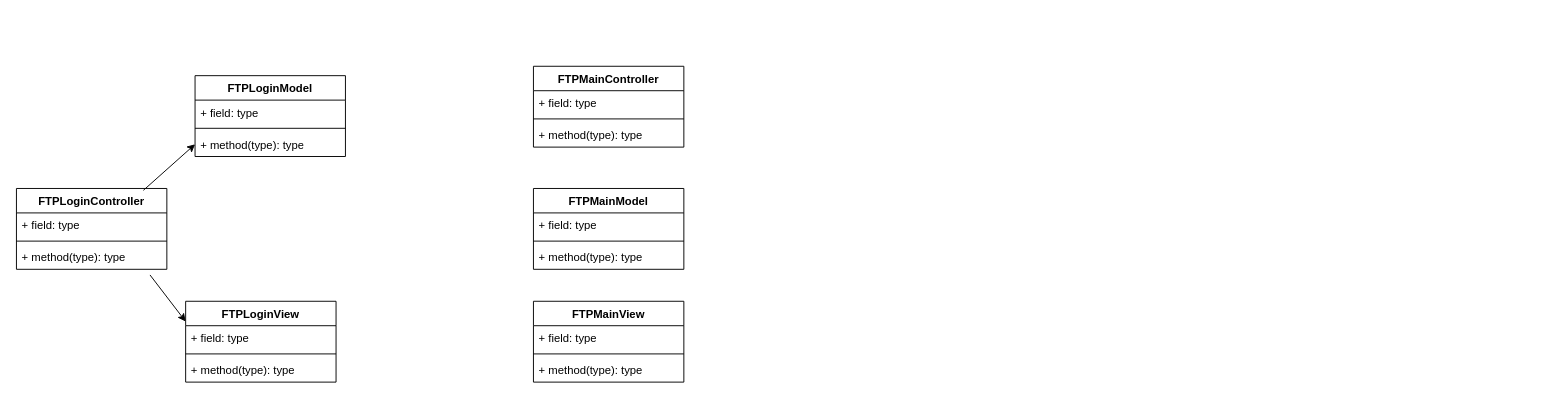
Before: page "Sơ đồ lớp tổng thể" (2 of 3) of TL.drawio in KhanhNguyen9872/ftp-simulation-java, a draw.io diagram. Source tidied: cells renumbered, new cells numbered last; positions are measured from the earlier drawing's top-left corner, leaving out a move shared by most shapes. Both pictures are drawn from the tidied source at 94%, with x=0, y=0 at pixel (16, 66).
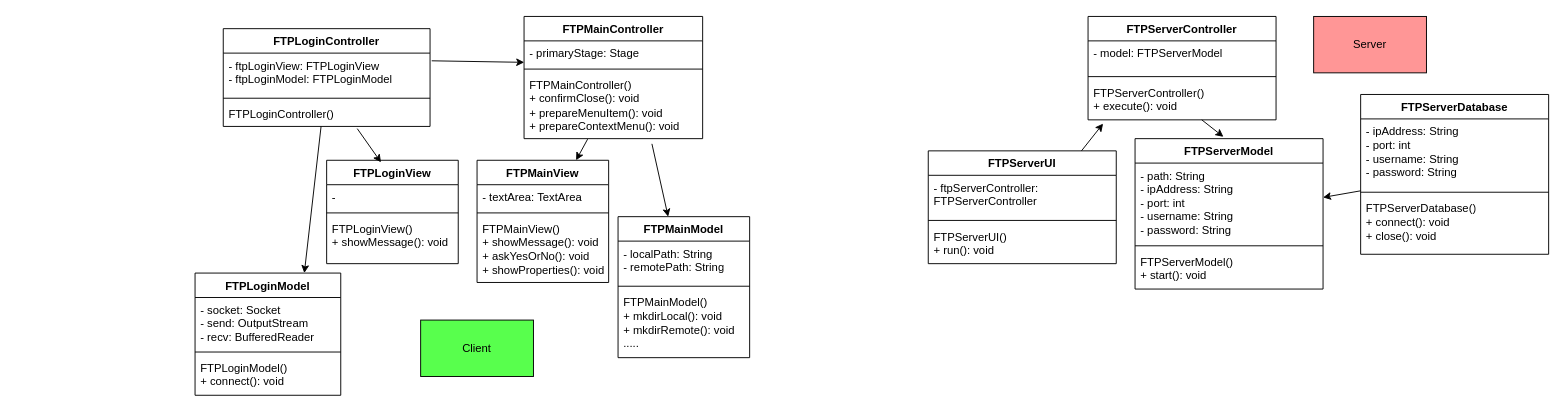
After the change.

What changed in the source:
```diff
@@
     <mxCell id="2" value="FTPLoginController" style="swimlane;fontStyle=1;align=center;verticalAlign=top;horizontal=1;startSize=26;whiteSpace=wrap;html=1;" parent="1" vertex="1">
-      <mxGeometry y="130" width="160" height="86" as="geometry" />
+      <mxGeometry x="220" y="-40" width="220" height="104" as="geometry" />
     </mxCell>
-    <mxCell id="3" value="+ field: type" style="text;strokeColor=none;fillColor=none;align=left;verticalAlign=top;spacingLeft=4;spacingRight=4;overflow=hidden;points=[[0,0.5],[1,0.5]];portConstraint=eastwest;whiteSpace=wrap;html=1;" parent="2" vertex="1">
-      <mxGeometry y="26" width="160" height="26" as="geometry" />
+    <mxCell id="3" value="- ftpLoginView: FTPLoginView&lt;br&gt;- ftpLoginModel: FTPLoginModel" style="text;strokeColor=none;fillColor=none;align=left;verticalAlign=top;spacingLeft=4;spacingRight=4;overflow=hidden;points=[[0,0.5],[1,0.5]];portConstraint=eastwest;whiteSpace=wrap;html=1;" parent="2" vertex="1">
+      <mxGeometry y="26" width="220" height="44" as="geometry" />
     </mxCell>
     <mxCell id="4" style="line;strokeWidth=1;fillColor=none;align=left;verticalAlign=middle;spacingTop=-1;spacingLeft=3;spacingRight=3;labelPosition=right;strokeColor=inherit;" parent="2" vertex="1">
-      <mxGeometry y="52" width="160" height="8" as="geometry" />
+      <mxGeometry y="70" width="220" height="8" as="geometry" />
     </mxCell>
-    <mxCell id="5" value="+ method(type): type" style="text;strokeColor=none;fillColor=none;align=left;verticalAlign=top;spacingLeft=4;spacingRight=4;overflow=hidden;points=[[0,0.5],[1,0.5]];portConstraint=eastwest;whiteSpace=wrap;html=1;" parent="2" vertex="1">
-      <mxGeometry y="60" width="160" height="26" as="geometry" />
+    <mxCell id="5" value="FTPLoginController()" style="text;strokeColor=none;fillColor=none;align=left;verticalAlign=top;spacingLeft=4;spacingRight=4;overflow=hidden;points=[[0,0.5],[1,0.5]];portConstraint=eastwest;whiteSpace=wrap;html=1;" parent="2" vertex="1">
+      <mxGeometry y="78" width="220" height="26" as="geometry" />
     </mxCell>
     <mxCell id="6" value="FTPLoginModel&lt;br&gt;" style="swimlane;fontStyle=1;align=center;verticalAlign=top;horizontal=1;startSize=26;whiteSpace=wrap;html=1;" parent="1" vertex="1">
-      <mxGeometry x="190" y="10" width="160" height="86" as="geometry" />
+      <mxGeometry x="190" y="220" width="155" height="130" as="geometry" />
     </mxCell>
-    <mxCell id="7" value="+ field: type" style="text;strokeColor=none;fillColor=none;align=left;verticalAlign=top;spacingLeft=4;spacingRight=4;overflow=hidden;whiteSpace=wrap;html=1;" parent="6" vertex="1">
-      <mxGeometry y="26" width="160" height="26" as="geometry" />
+    <mxCell id="7" value="- socket: Socket&lt;br&gt;- send: OutputStream&lt;br&gt;- recv: BufferedReader" style="text;strokeColor=none;fillColor=none;align=left;verticalAlign=top;spacingLeft=4;spacingRight=4;overflow=hidden;whiteSpace=wrap;html=1;" parent="6" vertex="1">
+      <mxGeometry y="26" width="155" height="54" as="geometry" />
     </mxCell>
     <mxCell id="8" style="line;strokeWidth=1;fillColor=none;align=left;verticalAlign=middle;spacingTop=-1;spacingLeft=3;spacingRight=3;labelPosition=right;strokeColor=inherit;" parent="6" vertex="1">
-      <mxGeometry y="52" width="160" height="8" as="geometry" />
+      <mxGeometry y="80" width="155" height="8" as="geometry" />
     </mxCell>
-    <mxCell id="9" value="+ method(type): type" style="text;strokeColor=none;fillColor=none;align=left;verticalAlign=top;spacingLeft=4;spacingRight=4;overflow=hidden;points=[[0,0.5],[1,0.5]];portConstraint=eastwest;whiteSpace=wrap;html=1;" parent="6" vertex="1">
-      <mxGeometry y="60" width="160" height="26" as="geometry" />
+    <mxCell id="9" value="FTPLoginModel()&lt;br&gt;+ connect(): void" style="text;strokeColor=none;fillColor=none;align=left;verticalAlign=top;spacingLeft=4;spacingRight=4;overflow=hidden;points=[[0,0.5],[1,0.5]];portConstraint=eastwest;whiteSpace=wrap;html=1;" parent="6" vertex="1">
+      <mxGeometry y="88" width="155" height="42" as="geometry" />
     </mxCell>
     <mxCell id="10" value="FTPLoginView" style="swimlane;fontStyle=1;align=center;verticalAlign=top;horizontal=1;startSize=26;whiteSpace=wrap;html=1;" parent="1" vertex="1">
-      <mxGeometry x="180" y="250" width="160" height="86" as="geometry" />
+      <mxGeometry x="330" y="100" width="140" height="110" as="geometry" />
     </mxCell>
-    <mxCell id="11" value="+ field: type" style="text;strokeColor=none;fillColor=none;align=left;verticalAlign=top;spacingLeft=4;spacingRight=4;overflow=hidden;whiteSpace=wrap;html=1;" parent="10" vertex="1">
-      <mxGeometry y="26" width="160" height="26" as="geometry" />
+    <mxCell id="11" value="-" style="text;strokeColor=none;fillColor=none;align=left;verticalAlign=top;spacingLeft=4;spacingRight=4;overflow=hidden;whiteSpace=wrap;html=1;" parent="10" vertex="1">
+      <mxGeometry y="26" width="140" height="26" as="geometry" />
     </mxCell>
     <mxCell id="12" style="line;strokeWidth=1;fillColor=none;align=left;verticalAlign=middle;spacingTop=-1;spacingLeft=3;spacingRight=3;labelPosition=right;strokeColor=inherit;" parent="10" vertex="1">
-      <mxGeometry y="52" width="160" height="8" as="geometry" />
+      <mxGeometry y="52" width="140" height="8" as="geometry" />
     </mxCell>
-    <mxCell id="13" value="+ method(type): type" style="text;strokeColor=none;fillColor=none;align=left;verticalAlign=top;spacingLeft=4;spacingRight=4;overflow=hidden;whiteSpace=wrap;html=1;" parent="10" vertex="1">
-      <mxGeometry y="60" width="160" height="26" as="geometry" />
+    <mxCell id="13" value="FTPLoginView()&lt;br&gt;+ showMessage(): void" style="text;strokeColor=none;fillColor=none;align=left;verticalAlign=top;spacingLeft=4;spacingRight=4;overflow=hidden;whiteSpace=wrap;html=1;" parent="10" vertex="1">
+      <mxGeometry y="60" width="140" height="50" as="geometry" />
     </mxCell>
     <mxCell id="14" value="FTPMainController" style="swimlane;fontStyle=1;align=center;verticalAlign=top;horizontal=1;startSize=26;whiteSpace=wrap;html=1;" parent="1" vertex="1">
-      <mxGeometry x="550" width="160" height="86" as="geometry" />
+      <mxGeometry x="540" y="-53" width="190" height="130" as="geometry" />
     </mxCell>
-    <mxCell id="15" value="+ field: type" style="text;strokeColor=none;fillColor=none;align=left;verticalAlign=top;spacingLeft=4;spacingRight=4;overflow=hidden;points=[[0,0.5],[1,0.5]];portConstraint=eastwest;whiteSpace=wrap;html=1;" parent="14" vertex="1">
-      <mxGeometry y="26" width="160" height="26" as="geometry" />
+    <mxCell id="15" value="- primaryStage: Stage" style="text;strokeColor=none;fillColor=none;align=left;verticalAlign=top;spacingLeft=4;spacingRight=4;overflow=hidden;points=[[0,0.5],[1,0.5]];portConstraint=eastwest;whiteSpace=wrap;html=1;" parent="14" vertex="1">
+      <mxGeometry y="26" width="190" height="26" as="geometry" />
     </mxCell>
     <mxCell id="16" style="line;strokeWidth=1;fillColor=none;align=left;verticalAlign=middle;spacingTop=-1;spacingLeft=3;spacingRight=3;labelPosition=right;strokeColor=inherit;" parent="14" vertex="1">
-      <mxGeometry y="52" width="160" height="8" as="geometry" />
+      <mxGeometry y="52" width="190" height="8" as="geometry" />
     </mxCell>
-    <mxCell id="17" value="+ method(type): type" style="text;strokeColor=none;fillColor=none;align=left;verticalAlign=top;spacingLeft=4;spacingRight=4;overflow=hidden;points=[[0,0.5],[1,0.5]];portConstraint=eastwest;whiteSpace=wrap;html=1;" parent="14" vertex="1">
-      <mxGeometry y="60" width="160" height="26" as="geometry" />
+    <mxCell id="17" value="FTPMainController()&lt;br&gt;+ confirmClose(): void&lt;br&gt;+ prepareMenuItem(): void&lt;br&gt;+ prepareContextMenu(): void" style="text;strokeColor=none;fillColor=none;align=left;verticalAlign=top;spacingLeft=4;spacingRight=4;overflow=hidden;points=[[0,0.5],[1,0.5]];portConstraint=eastwest;whiteSpace=wrap;html=1;" parent="14" vertex="1">
+      <mxGeometry y="60" width="190" height="70" as="geometry" />
     </mxCell>
     <mxCell id="18" value="FTPMainModel" style="swimlane;fontStyle=1;align=center;verticalAlign=top;horizontal=1;startSize=26;whiteSpace=wrap;html=1;" parent="1" vertex="1">
-      <mxGeometry x="550" y="130" width="160" height="86" as="geometry" />
+      <mxGeometry x="640" y="160" width="140" height="150" as="geometry" />
     </mxCell>
-    <mxCell id="19" value="+ field: type" style="text;strokeColor=none;fillColor=none;align=left;verticalAlign=top;spacingLeft=4;spacingRight=4;overflow=hidden;whiteSpace=wrap;html=1;" parent="18" vertex="1">
-      <mxGeometry y="26" width="160" height="26" as="geometry" />
+    <mxCell id="19" value="- localPath: String&lt;br&gt;- remotePath: String" style="text;strokeColor=none;fillColor=none;align=left;verticalAlign=top;spacingLeft=4;spacingRight=4;overflow=hidden;whiteSpace=wrap;html=1;" parent="18" vertex="1">
+      <mxGeometry y="26" width="140" height="44" as="geometry" />
     </mxCell>
     <mxCell id="20" style="line;strokeWidth=1;fillColor=none;align=left;verticalAlign=middle;spacingTop=-1;spacingLeft=3;spacingRight=3;labelPosition=right;strokeColor=inherit;" parent="18" vertex="1">
-      <mxGeometry y="52" width="160" height="8" as="geometry" />
+      <mxGeometry y="70" width="140" height="8" as="geometry" />
     </mxCell>
-    <mxCell id="21" value="+ method(type): type" style="text;strokeColor=none;fillColor=none;align=left;verticalAlign=top;spacingLeft=4;spacingRight=4;overflow=hidden;whiteSpace=wrap;html=1;" parent="18" vertex="1">
-      <mxGeometry y="60" width="160" height="26" as="geometry" />
+    <mxCell id="21" value="FTPMainModel()&lt;br&gt;+ mkdirLocal(): void&lt;br&gt;+ mkdirRemote(): void&lt;br&gt;....." style="text;strokeColor=none;fillColor=none;align=left;verticalAlign=top;spacingLeft=4;spacingRight=4;overflow=hidden;whiteSpace=wrap;html=1;" parent="18" vertex="1">
+      <mxGeometry y="78" width="140" height="72" as="geometry" />
     </mxCell>
     <mxCell id="22" value="FTPMainView" style="swimlane;fontStyle=1;align=center;verticalAlign=top;horizontal=1;startSize=26;whiteSpace=wrap;html=1;" parent="1" vertex="1">
-      <mxGeometry x="550" y="250" width="160" height="86" as="geometry" />
+      <mxGeometry x="490" y="100" width="140" height="130" as="geometry" />
     </mxCell>
-    <mxCell id="23" value="+ field: type" style="text;strokeColor=none;fillColor=none;align=left;verticalAlign=top;spacingLeft=4;spacingRight=4;overflow=hidden;whiteSpace=wrap;html=1;" parent="22" vertex="1">
-      <mxGeometry y="26" width="160" height="26" as="geometry" />
+    <mxCell id="23" value="- textArea: TextArea" style="text;strokeColor=none;fillColor=none;align=left;verticalAlign=top;spacingLeft=4;spacingRight=4;overflow=hidden;whiteSpace=wrap;html=1;" parent="22" vertex="1">
+      <mxGeometry y="26" width="140" height="26" as="geometry" />
     </mxCell>
     <mxCell id="24" style="line;strokeWidth=1;fillColor=none;align=left;verticalAlign=middle;spacingTop=-1;spacingLeft=3;spacingRight=3;labelPosition=right;strokeColor=inherit;" parent="22" vertex="1">
-      <mxGeometry y="52" width="160" height="8" as="geometry" />
+      <mxGeometry y="52" width="140" height="8" as="geometry" />
     </mxCell>
-    <mxCell id="25" value="+ method(type): type" style="text;strokeColor=none;fillColor=none;align=left;verticalAlign=top;spacingLeft=4;spacingRight=4;overflow=hidden;whiteSpace=wrap;html=1;" parent="22" vertex="1">
-      <mxGeometry y="60" width="160" height="26" as="geometry" />
+    <mxCell id="25" value="FTPMainView()&lt;br&gt;+ showMessage(): void&lt;br&gt;+ askYesOrNo(): void&lt;br&gt;+ showProperties(): void" style="text;strokeColor=none;fillColor=none;align=left;verticalAlign=top;spacingLeft=4;spacingRight=4;overflow=hidden;whiteSpace=wrap;html=1;" parent="22" vertex="1">
+      <mxGeometry y="60" width="140" height="70" as="geometry" />
     </mxCell>
-    <mxCell id="26" style="endArrow=classic;html=1;rounded=0;exitX=0.844;exitY=0.023;exitDx=0;exitDy=0;exitPerimeter=0;entryX=0;entryY=0.5;entryDx=0;entryDy=0;" parent="1" edge="1" source="2" target="9">
+    <mxCell id="26" style="endArrow=classic;html=1;rounded=0;entryX=0.75;entryY=0;entryDx=0;entryDy=0;" parent="1" edge="1" source="2" target="6">
       <mxGeometry relative="1" as="geometry" />
     </mxCell>
-    <mxCell id="27" style="endArrow=classic;html=1;rounded=0;exitX=0.888;exitY=1.231;exitDx=0;exitDy=0;exitPerimeter=0;entryX=0;entryY=0.25;entryDx=0;entryDy=0;" parent="1" edge="1" source="5" target="10">
+    <mxCell id="27" style="endArrow=classic;html=1;rounded=0;exitX=0.648;exitY=1.09;exitDx=0;exitDy=0;exitPerimeter=0;entryX=0.413;entryY=0.02;entryDx=0;entryDy=0;entryPerimeter=0;" parent="1" edge="1" source="5" target="10">
       <mxGeometry relative="1" as="geometry" />
     </mxCell>
+    <mxCell id="28" value="Client" style="rounded=0;whiteSpace=wrap;html=1;fillColor=#58FF4D;" parent="1" vertex="1">
+      <mxGeometry x="430" y="270" width="120" height="60" as="geometry" />
+    </mxCell>
+    <mxCell id="29" style="endArrow=classic;html=1;rounded=0;exitX=0.356;exitY=1.007;exitDx=0;exitDy=0;exitPerimeter=0;" parent="1" edge="1" source="17" target="22">
+      <mxGeometry relative="1" as="geometry" />
+    </mxCell>
+    <mxCell id="30" style="endArrow=classic;html=1;rounded=0;exitX=0.716;exitY=1.079;exitDx=0;exitDy=0;exitPerimeter=0;" parent="1" edge="1" source="17" target="18">
+      <mxGeometry relative="1" as="geometry" />
+    </mxCell>
+    <mxCell id="31" style="endArrow=classic;html=1;rounded=0;exitX=1.008;exitY=0.186;exitDx=0;exitDy=0;exitPerimeter=0;entryX=0.001;entryY=0.878;entryDx=0;entryDy=0;entryPerimeter=0;" parent="1" edge="1" source="3" target="15">
+      <mxGeometry relative="1" as="geometry" />
+    </mxCell>
+    <mxCell id="32" value="Server" style="rounded=0;whiteSpace=wrap;html=1;fillColor=#FF9696;" parent="1" vertex="1">
+      <mxGeometry x="1380" y="-53" width="120" height="60" as="geometry" />
+    </mxCell>
+    <mxCell id="33" value="FTPServerUI" style="swimlane;fontStyle=1;align=center;verticalAlign=top;horizontal=1;startSize=26;whiteSpace=wrap;html=1;" parent="1" vertex="1">
+      <mxGeometry x="970" y="90" width="200" height="120" as="geometry" />
+    </mxCell>
+    <mxCell id="34" value="- ftpServerController: FTPServerController" style="text;strokeColor=none;fillColor=none;align=left;verticalAlign=top;spacingLeft=4;spacingRight=4;overflow=hidden;whiteSpace=wrap;html=1;" parent="33" vertex="1">
+      <mxGeometry y="26" width="200" height="44" as="geometry" />
+    </mxCell>
+    <mxCell id="35" style="line;strokeWidth=1;fillColor=none;align=left;verticalAlign=middle;spacingTop=-1;spacingLeft=3;spacingRight=3;labelPosition=right;strokeColor=inherit;" parent="33" vertex="1">
+      <mxGeometry y="70" width="200" height="8" as="geometry" />
+    </mxCell>
+    <mxCell id="36" value="FTPServerUI()&lt;br&gt;+ run(): void" style="text;strokeColor=none;fillColor=none;align=left;verticalAlign=top;spacingLeft=4;spacingRight=4;overflow=hidden;whiteSpace=wrap;html=1;" parent="33" vertex="1">
+      <mxGeometry y="78" width="200" height="42" as="geometry" />
+    </mxCell>
+    <mxCell id="37" value="FTPServerModel" style="swimlane;fontStyle=1;align=center;verticalAlign=top;horizontal=1;startSize=26;whiteSpace=wrap;html=1;" parent="1" vertex="1">
+      <mxGeometry x="1190" y="77" width="200" height="160" as="geometry" />
+    </mxCell>
+    <mxCell id="38" value="- path: String&lt;br&gt;- ipAddress: String&lt;br&gt;- port: int&lt;br&gt;- username: String&lt;br&gt;- password: String" style="text;strokeColor=none;fillColor=none;align=left;verticalAlign=top;spacingLeft=4;spacingRight=4;overflow=hidden;whiteSpace=wrap;html=1;" parent="37" vertex="1">
+      <mxGeometry y="26" width="200" height="84" as="geometry" />
+    </mxCell>
+    <mxCell id="39" style="line;strokeWidth=1;fillColor=none;align=left;verticalAlign=middle;spacingTop=-1;spacingLeft=3;spacingRight=3;labelPosition=right;strokeColor=inherit;" parent="37" vertex="1">
+      <mxGeometry y="110" width="200" height="8" as="geometry" />
+    </mxCell>
+    <mxCell id="40" value="FTPServerModel()&lt;br&gt;+ start(): void" style="text;strokeColor=none;fillColor=none;align=left;verticalAlign=top;spacingLeft=4;spacingRight=4;overflow=hidden;whiteSpace=wrap;html=1;" parent="37" vertex="1">
+      <mxGeometry y="118" width="200" height="42" as="geometry" />
+    </mxCell>
+    <mxCell id="41" value="FTPServerController" style="swimlane;fontStyle=1;align=center;verticalAlign=top;horizontal=1;startSize=26;whiteSpace=wrap;html=1;" parent="1" vertex="1">
+      <mxGeometry x="1140" y="-53" width="200" height="110" as="geometry" />
+    </mxCell>
+    <mxCell id="42" value="- model: FTPServerModel" style="text;strokeColor=none;fillColor=none;align=left;verticalAlign=top;spacingLeft=4;spacingRight=4;overflow=hidden;whiteSpace=wrap;html=1;" parent="41" vertex="1">
+      <mxGeometry y="26" width="200" height="34" as="geometry" />
+    </mxCell>
+    <mxCell id="43" style="line;strokeWidth=1;fillColor=none;align=left;verticalAlign=middle;spacingTop=-1;spacingLeft=3;spacingRight=3;labelPosition=right;strokeColor=inherit;" parent="41" vertex="1">
+      <mxGeometry y="60" width="200" height="8" as="geometry" />
+    </mxCell>
+    <mxCell id="44" value="FTPServerController()&lt;br&gt;+ execute(): void" style="text;strokeColor=none;fillColor=none;align=left;verticalAlign=top;spacingLeft=4;spacingRight=4;overflow=hidden;points=[[0,0.5],[1,0.5]];portConstraint=eastwest;whiteSpace=wrap;html=1;" parent="41" vertex="1">
+      <mxGeometry y="68" width="200" height="42" as="geometry" />
+    </mxCell>
+    <mxCell id="45" value="FTPServerDatabase" style="swimlane;fontStyle=1;align=center;verticalAlign=top;horizontal=1;startSize=26;whiteSpace=wrap;html=1;" parent="1" vertex="1">
+      <mxGeometry x="1430" y="30" width="200" height="170" as="geometry" />
+    </mxCell>
+    <mxCell id="46" value="- ipAddress: String&lt;br style=&quot;border-color: var(--border-color);&quot;&gt;- port: int&lt;br style=&quot;border-color: var(--border-color);&quot;&gt;- username: String&lt;br style=&quot;border-color: var(--border-color);&quot;&gt;- password: String" style="text;strokeColor=none;fillColor=none;align=left;verticalAlign=top;spacingLeft=4;spacingRight=4;overflow=hidden;whiteSpace=wrap;html=1;" parent="45" vertex="1">
+      <mxGeometry y="26" width="200" height="74" as="geometry" />
+    </mxCell>
+    <mxCell id="47" style="line;strokeWidth=1;fillColor=none;align=left;verticalAlign=middle;spacingTop=-1;spacingLeft=3;spacingRight=3;labelPosition=right;strokeColor=inherit;" parent="45" vertex="1">
+      <mxGeometry y="100" width="200" height="8" as="geometry" />
+    </mxCell>
+    <mxCell id="48" value="FTPServerDatabase()&lt;br&gt;+ connect(): void&lt;br&gt;+ close(): void" style="text;strokeColor=none;fillColor=none;align=left;verticalAlign=top;spacingLeft=4;spacingRight=4;overflow=hidden;whiteSpace=wrap;html=1;" parent="45" vertex="1">
+      <mxGeometry y="108" width="200" height="62" as="geometry" />
+    </mxCell>
+    <mxCell id="49" style="endArrow=classic;html=1;rounded=0;exitX=0.815;exitY=0;exitDx=0;exitDy=0;exitPerimeter=0;entryX=0.08;entryY=1.095;entryDx=0;entryDy=0;entryPerimeter=0;" parent="1" edge="1" source="33" target="44">
+      <mxGeometry relative="1" as="geometry" />
+    </mxCell>
+    <mxCell id="50" style="endArrow=classic;html=1;rounded=0;exitX=0.605;exitY=1;exitDx=0;exitDy=0;exitPerimeter=0;entryX=0.47;entryY=-0.012;entryDx=0;entryDy=0;entryPerimeter=0;" parent="1" edge="1" source="44" target="37">
+      <mxGeometry relative="1" as="geometry" />
+    </mxCell>
+    <mxCell id="51" style="endArrow=classic;html=1;rounded=0;" parent="1" edge="1" source="45" target="37">
+      <mxGeometry relative="1" as="geometry" />
+    </mxCell>
```
